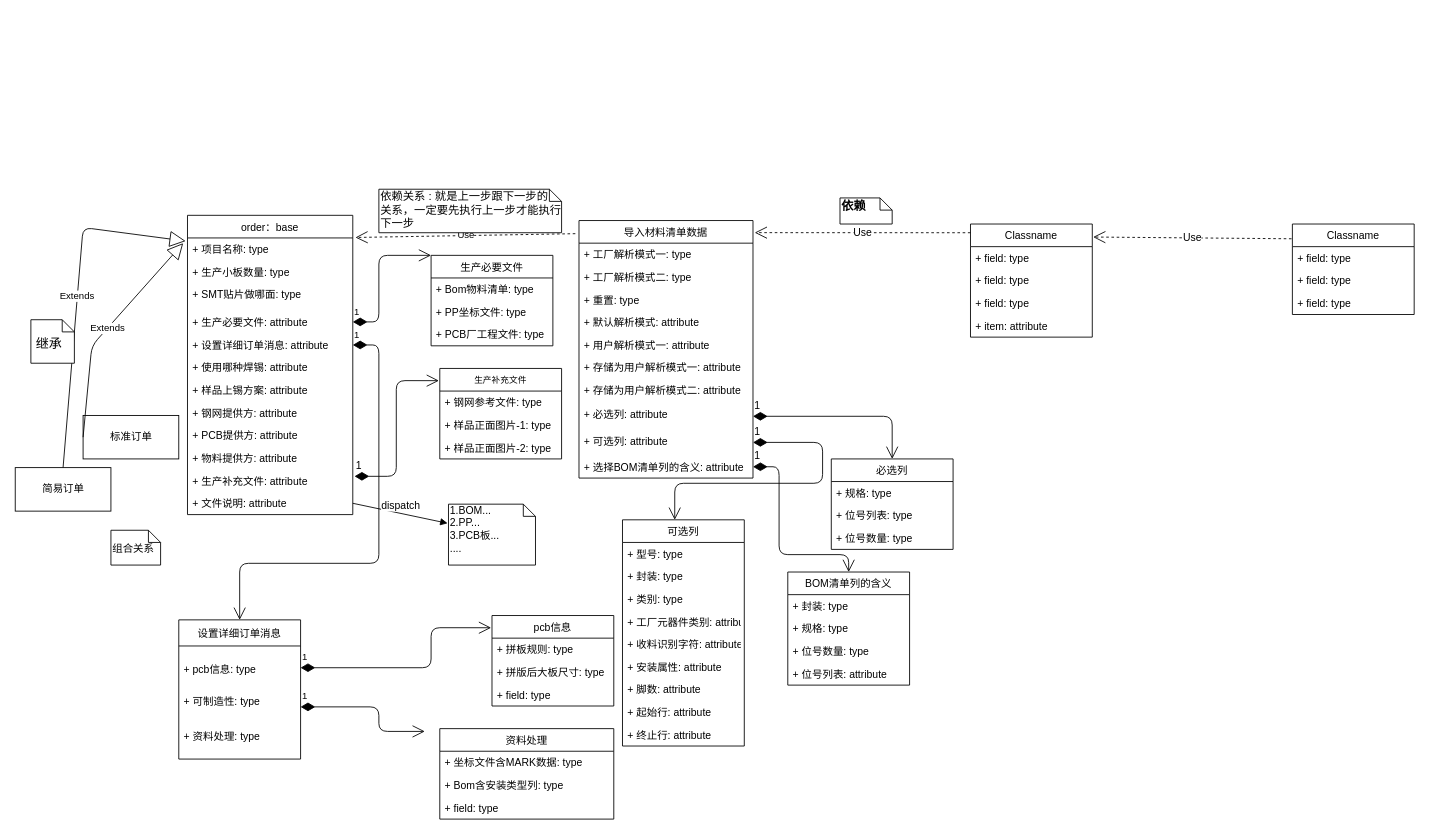
Xiexx-97Len/shulian keeps this draw.io diagram as test Diagram.drawio. Above is the earlier version. Source tidied: cells renumbered, new cells numbered last; positions are measured from the earlier drawing's top-left corner, leaving out a move shared by most shapes. Both pictures are drawn from the tidied source at 87%, with x=0, y=0 at pixel (15, 189).
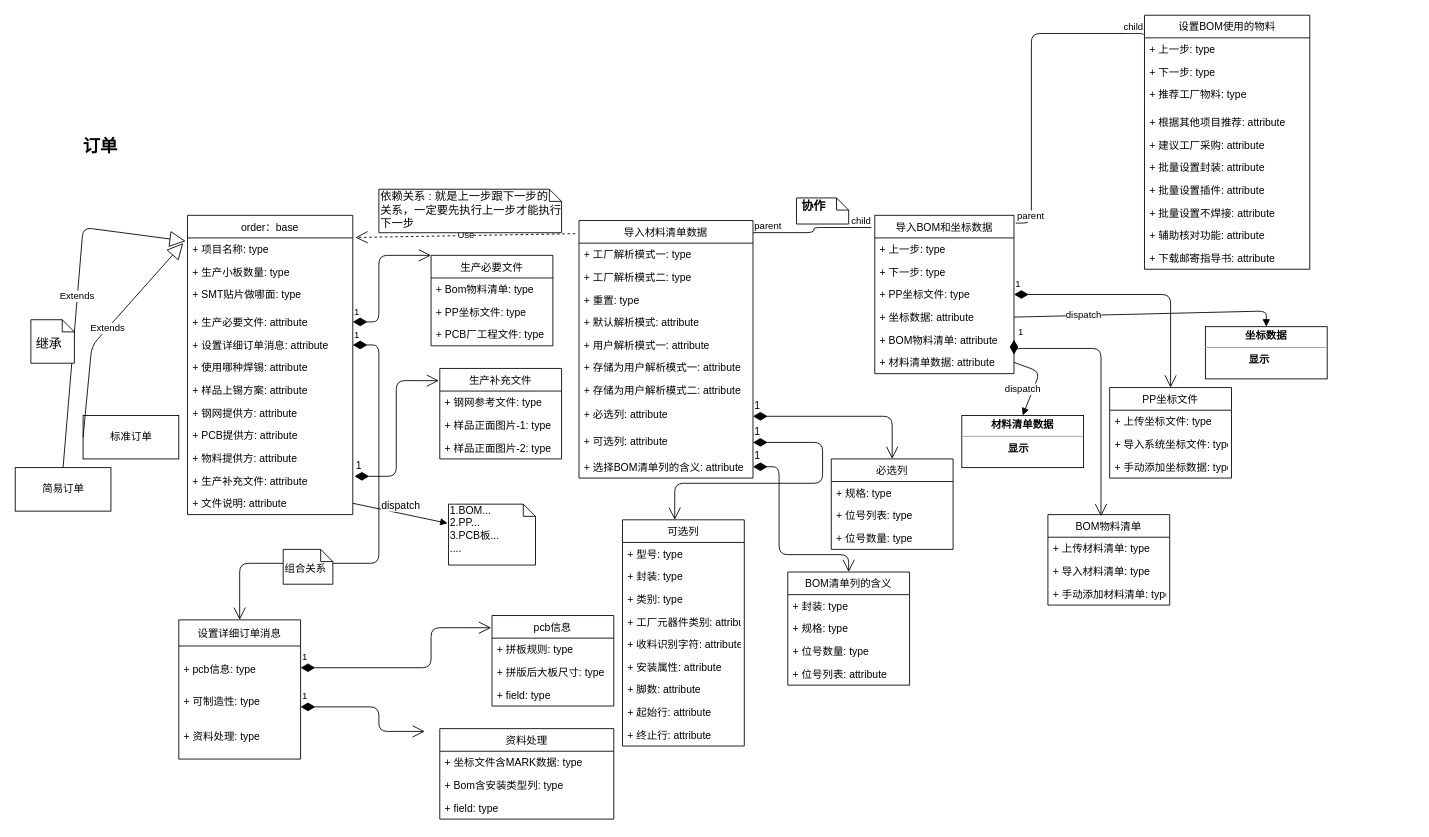
The same diagram, later.

The change refers to these unchanged cells:
```xml
<mxCell id="26" value="导入材料清单数据" style="swimlane;fontStyle=0;horizontal=1;startSize=26;fillColor=none;" parent="1" vertex="1">
  <mxGeometry x="648" y="36" width="200" height="296" as="geometry" />
</mxCell>
```

The edit, as a diff of the source:
```diff
@@
     <mxCell id="22" value="&lt;br&gt;组合关系" style="shape=note;whiteSpace=wrap;html=1;size=14;verticalAlign=top;align=left;spacingTop=-6;" parent="1" vertex="1">
-      <mxGeometry x="110" y="392" width="57.1" height="40" as="geometry" />
+      <mxGeometry x="308" y="414" width="57.1" height="40" as="geometry" />
     </mxCell>
@@
-    <mxCell id="46" value="Classname" style="swimlane;fontStyle=0;horizontal=1;startSize=26;fillColor=none;" parent="1" vertex="1">
-      <mxGeometry x="1098" y="40" width="140" height="130" as="geometry" />
-    </mxCell>
-    <mxCell id="47" value="+ field: type" style="text;strokeColor=none;fillColor=none;align=left;verticalAlign=top;spacingLeft=4;spacingRight=4;overflow=hidden;" parent="46" vertex="1">
-      <mxGeometry y="26" width="140" height="26" as="geometry" />
-    </mxCell>
-    <mxCell id="48" value="+ field: type" style="text;strokeColor=none;fillColor=none;align=left;verticalAlign=top;spacingLeft=4;spacingRight=4;overflow=hidden;" parent="46" vertex="1">
-      <mxGeometry y="52" width="140" height="26" as="geometry" />
-    </mxCell>
-    <mxCell id="49" value="+ field: type" style="text;strokeColor=none;fillColor=none;align=left;verticalAlign=top;spacingLeft=4;spacingRight=4;overflow=hidden;points=[[0,0.5],[1,0.5]];portConstraint=eastwest;" parent="46" vertex="1">
-      <mxGeometry y="78" width="140" height="26" as="geometry" />
-    </mxCell>
-    <mxCell id="50" value="+ item: attribute" style="text;strokeColor=none;fillColor=none;align=left;verticalAlign=top;spacingLeft=4;spacingRight=4;overflow=hidden;points=[[0,0.5],[1,0.5]];portConstraint=eastwest;fontSize=12;" parent="46" vertex="1">
-      <mxGeometry y="104" width="140" height="26" as="geometry" />
-    </mxCell>
-    <mxCell id="51" value="Classname" style="swimlane;fontStyle=0;horizontal=1;startSize=26;fillColor=none;fontSize=12;" parent="1" vertex="1">
-      <mxGeometry x="1468" y="40" width="140" height="104" as="geometry" />
-    </mxCell>
-    <mxCell id="52" value="+ field: type" style="text;strokeColor=none;fillColor=none;align=left;verticalAlign=top;spacingLeft=4;spacingRight=4;overflow=hidden;" parent="51" vertex="1">
-      <mxGeometry y="26" width="140" height="26" as="geometry" />
-    </mxCell>
-    <mxCell id="53" value="+ field: type" style="text;strokeColor=none;fillColor=none;align=left;verticalAlign=top;spacingLeft=4;spacingRight=4;overflow=hidden;" parent="51" vertex="1">
-      <mxGeometry y="52" width="140" height="26" as="geometry" />
-    </mxCell>
-    <mxCell id="54" value="+ field: type" style="text;strokeColor=none;fillColor=none;align=left;verticalAlign=top;spacingLeft=4;spacingRight=4;overflow=hidden;" parent="51" vertex="1">
-      <mxGeometry y="78" width="140" height="26" as="geometry" />
-    </mxCell>
@@
-    <mxCell id="64" value="生产补充文件" style="swimlane;fontStyle=0;horizontal=1;startSize=26;fillColor=none;fontSize=10;" parent="1" vertex="1">
+    <mxCell id="64" value="生产补充文件" style="swimlane;fontStyle=0;horizontal=1;startSize=26;fillColor=none;fontSize=12;" parent="1" vertex="1">
       <mxGeometry x="488" y="206" width="140" height="104" as="geometry" />
     </mxCell>
@@
-    <mxCell id="92" value="Use" style="endArrow=open;endSize=12;dashed=1;html=1;fontSize=12;exitX=0;exitY=0.077;exitDx=0;exitDy=0;exitPerimeter=0;entryX=1.01;entryY=0.047;entryDx=0;entryDy=0;entryPerimeter=0;" parent="1" edge="1" source="46" target="26">
-      <mxGeometry relative="1" as="geometry" />
-    </mxCell>
-    <mxCell id="93" value="&lt;b&gt;&lt;font style=&quot;font-size: 14px&quot;&gt;依赖&lt;/font&gt;&lt;/b&gt;" style="shape=note;whiteSpace=wrap;html=1;size=14;verticalAlign=top;align=left;spacingTop=-6;fontSize=12;" parent="1" vertex="1">
-      <mxGeometry x="948" y="10" width="60" height="30" as="geometry" />
+    <mxCell id="93" value="&lt;b&gt;&lt;font style=&quot;font-size: 14px&quot;&gt;&amp;nbsp;协作&lt;/font&gt;&lt;/b&gt;" style="shape=note;whiteSpace=wrap;html=1;size=14;verticalAlign=top;align=left;spacingTop=-6;fontSize=12;" parent="1" vertex="1">
+      <mxGeometry x="898" y="10" width="60" height="30" as="geometry" />
     </mxCell>
-    <mxCell id="94" value="Use" style="endArrow=open;endSize=12;dashed=1;html=1;fontSize=12;entryX=1.007;entryY=0.115;entryDx=0;entryDy=0;entryPerimeter=0;exitX=-0.007;exitY=0.163;exitDx=0;exitDy=0;exitPerimeter=0;" parent="1" edge="1" source="51" target="46">
-      <mxGeometry relative="1" as="geometry" />
-    </mxCell>
+    <mxCell id="95" value="&lt;font style=&quot;font-size: 20px&quot;&gt;&lt;b&gt;订单&lt;/b&gt;&lt;/font&gt;" style="text;html=1;align=center;verticalAlign=middle;whiteSpace=wrap;rounded=0;" parent="1" vertex="1">
+      <mxGeometry x="18" y="-90" width="160" height="80" as="geometry" />
+    </mxCell>
+    <mxCell id="96" value="1" style="endArrow=open;html=1;endSize=12;startArrow=diamondThin;startSize=14;startFill=1;edgeStyle=orthogonalEdgeStyle;align=left;verticalAlign=bottom;exitX=1;exitY=0.5;exitDx=0;exitDy=0;entryX=0.5;entryY=0;entryDx=0;entryDy=0;" parent="1" edge="1" source="49" target="108">
+      <mxGeometry x="-1" y="3" relative="1" as="geometry" />
+    </mxCell>
+    <mxCell id="97" value="&lt;p style=&quot;margin: 0px ; margin-top: 4px ; text-align: center&quot;&gt;&lt;b&gt;坐标数据&lt;/b&gt;&lt;/p&gt;&lt;hr size=&quot;1&quot;&gt;&lt;div style=&quot;height: 2px&quot;&gt;&amp;nbsp; &amp;nbsp; &amp;nbsp; &amp;nbsp; &amp;nbsp; &amp;nbsp; &amp;nbsp; &amp;nbsp;&lt;b&gt;显示&lt;/b&gt;&lt;/div&gt;" style="verticalAlign=top;align=left;overflow=fill;fontSize=12;fontFamily=Helvetica;html=1;" parent="1" vertex="1">
+      <mxGeometry x="1368" y="158" width="140" height="60" as="geometry" />
+    </mxCell>
+    <mxCell id="98" value="dispatch" style="html=1;verticalAlign=bottom;endArrow=block;exitX=1;exitY=0.5;exitDx=0;exitDy=0;entryX=0.5;entryY=0;entryDx=0;entryDy=0;" parent="1" edge="1" source="102" target="97">
+      <mxGeometry x="0.97" y="-210" relative="1" as="geometry">
+        <Array as="points">
+          <mxPoint x="1438" y="140" />
+        </Array>
+      </mxGeometry>
+    </mxCell>
+    <mxCell id="99" value="1" style="endArrow=open;html=1;endSize=12;startArrow=diamondThin;startSize=14;startFill=1;edgeStyle=orthogonalEdgeStyle;align=left;verticalAlign=bottom;exitX=1;exitY=0.5;exitDx=0;exitDy=0;entryX=0.436;entryY=0.019;entryDx=0;entryDy=0;entryPerimeter=0;" parent="1" edge="1" source="50" target="104">
+      <mxGeometry x="-1" y="3" relative="1" as="geometry">
+        <Array as="points">
+          <mxPoint x="1148" y="183" />
+          <mxPoint x="1248" y="183" />
+          <mxPoint x="1248" y="364" />
+        </Array>
+      </mxGeometry>
+    </mxCell>
+    <mxCell id="100" value="&lt;p style=&quot;margin: 0px ; margin-top: 4px ; text-align: center&quot;&gt;&lt;b&gt;材料清单数据&lt;/b&gt;&lt;/p&gt;&lt;hr size=&quot;1&quot;&gt;&lt;div style=&quot;height: 2px&quot;&gt;&lt;b&gt;&amp;nbsp; &amp;nbsp; &amp;nbsp; &amp;nbsp; &amp;nbsp; &amp;nbsp; &amp;nbsp; &amp;nbsp; 显示&lt;/b&gt;&lt;/div&gt;" style="verticalAlign=top;align=left;overflow=fill;fontSize=12;fontFamily=Helvetica;html=1;" parent="1" vertex="1">
+      <mxGeometry x="1088" y="260" width="140" height="60" as="geometry" />
+    </mxCell>
+    <mxCell id="101" value="dispatch" style="html=1;verticalAlign=bottom;endArrow=block;exitX=1;exitY=0.5;exitDx=0;exitDy=0;entryX=0.5;entryY=0;entryDx=0;entryDy=0;" parent="1" edge="1" source="103" target="100">
+      <mxGeometry x="-0.47" y="-34" relative="1" as="geometry">
+        <Array as="points">
+          <mxPoint x="1178" y="210" />
+        </Array>
+      </mxGeometry>
+    </mxCell>
+    <mxCell id="46" value="导入BOM和坐标数据" style="swimlane;fontStyle=0;horizontal=1;startSize=26;fillColor=none;" parent="1" vertex="1">
+      <mxGeometry x="988" y="30" width="160" height="182" as="geometry" />
+    </mxCell>
+    <mxCell id="47" value="+ 上一步: type" style="text;strokeColor=none;fillColor=none;align=left;verticalAlign=top;spacingLeft=4;spacingRight=4;overflow=hidden;" parent="46" vertex="1">
+      <mxGeometry y="26" width="160" height="26" as="geometry" />
+    </mxCell>
+    <mxCell id="48" value="+ 下一步: type" style="text;strokeColor=none;fillColor=none;align=left;verticalAlign=top;spacingLeft=4;spacingRight=4;overflow=hidden;" parent="46" vertex="1">
+      <mxGeometry y="52" width="160" height="26" as="geometry" />
+    </mxCell>
+    <mxCell id="49" value="+ PP坐标文件: type" style="text;strokeColor=none;fillColor=none;align=left;verticalAlign=top;spacingLeft=4;spacingRight=4;overflow=hidden;points=[[0,0.5],[1,0.5]];portConstraint=eastwest;" parent="46" vertex="1">
+      <mxGeometry y="78" width="160" height="26" as="geometry" />
+    </mxCell>
+    <mxCell id="102" value="+ 坐标数据: attribute" style="text;strokeColor=none;fillColor=none;align=left;verticalAlign=top;spacingLeft=4;spacingRight=4;overflow=hidden;points=[[0,0.5],[1,0.5]];portConstraint=eastwest;" parent="46" vertex="1">
+      <mxGeometry y="104" width="160" height="26" as="geometry" />
+    </mxCell>
+    <mxCell id="50" value="+ BOM物料清单: attribute" style="text;strokeColor=none;fillColor=none;align=left;verticalAlign=top;spacingLeft=4;spacingRight=4;overflow=hidden;points=[[0,0.5],[1,0.5]];portConstraint=eastwest;fontSize=12;" parent="46" vertex="1">
+      <mxGeometry y="130" width="160" height="26" as="geometry" />
+    </mxCell>
+    <mxCell id="103" value="+ 材料清单数据: attribute" style="text;strokeColor=none;fillColor=none;align=left;verticalAlign=top;spacingLeft=4;spacingRight=4;overflow=hidden;points=[[0,0.5],[1,0.5]];portConstraint=eastwest;" parent="46" vertex="1">
+      <mxGeometry y="156" width="160" height="26" as="geometry" />
+    </mxCell>
+    <mxCell id="104" value="BOM物料清单" style="swimlane;fontStyle=0;horizontal=1;startSize=26;fillColor=none;" parent="1" vertex="1">
+      <mxGeometry x="1187" y="374" width="140" height="104" as="geometry" />
+    </mxCell>
+    <mxCell id="105" value="+ 上传材料清单: type" style="text;strokeColor=none;fillColor=none;align=left;verticalAlign=top;spacingLeft=4;spacingRight=4;overflow=hidden;" parent="104" vertex="1">
+      <mxGeometry y="26" width="140" height="26" as="geometry" />
+    </mxCell>
+    <mxCell id="106" value="+ 导入材料清单: type" style="text;strokeColor=none;fillColor=none;align=left;verticalAlign=top;spacingLeft=4;spacingRight=4;overflow=hidden;" parent="104" vertex="1">
+      <mxGeometry y="52" width="140" height="26" as="geometry" />
+    </mxCell>
+    <mxCell id="107" value="+ 手动添加材料清单: type" style="text;strokeColor=none;fillColor=none;align=left;verticalAlign=top;spacingLeft=4;spacingRight=4;overflow=hidden;" parent="104" vertex="1">
+      <mxGeometry y="78" width="140" height="26" as="geometry" />
+    </mxCell>
+    <mxCell id="108" value="PP坐标文件" style="swimlane;fontStyle=0;horizontal=1;startSize=26;fillColor=none;" parent="1" vertex="1">
+      <mxGeometry x="1258" y="228" width="140" height="104" as="geometry" />
+    </mxCell>
+    <mxCell id="109" value="+ 上传坐标文件: type" style="text;strokeColor=none;fillColor=none;align=left;verticalAlign=top;spacingLeft=4;spacingRight=4;overflow=hidden;" parent="108" vertex="1">
+      <mxGeometry y="26" width="140" height="26" as="geometry" />
+    </mxCell>
+    <mxCell id="110" value="+ 导入系统坐标文件: type" style="text;strokeColor=none;fillColor=none;align=left;verticalAlign=top;spacingLeft=4;spacingRight=4;overflow=hidden;" parent="108" vertex="1">
+      <mxGeometry y="52" width="140" height="26" as="geometry" />
+    </mxCell>
+    <mxCell id="111" value="+ 手动添加坐标数据: type" style="text;strokeColor=none;fillColor=none;align=left;verticalAlign=top;spacingLeft=4;spacingRight=4;overflow=hidden;" parent="108" vertex="1">
+      <mxGeometry y="78" width="140" height="26" as="geometry" />
+    </mxCell>
+    <mxCell id="112" style="endArrow=none;html=1;edgeStyle=orthogonalEdgeStyle;fontSize=12;exitX=1;exitY=0.047;exitDx=0;exitDy=0;exitPerimeter=0;entryX=-0.025;entryY=0.077;entryDx=0;entryDy=0;entryPerimeter=0;" parent="1" edge="1" source="26" target="46">
+      <mxGeometry relative="1" as="geometry" />
+    </mxCell>
+    <mxCell id="113" value="parent" style="edgeLabel;html=1;align=left;verticalAlign=bottom;" parent="112" vertex="1">
+      <mxGeometry x="-1" relative="1" as="geometry" />
+    </mxCell>
+    <mxCell id="114" value="child" style="edgeLabel;html=1;align=right;verticalAlign=bottom;" parent="112" vertex="1">
+      <mxGeometry x="1" relative="1" as="geometry" />
+    </mxCell>
+    <mxCell id="115" style="endArrow=none;html=1;edgeStyle=orthogonalEdgeStyle;fontSize=12;exitX=1.013;exitY=0.049;exitDx=0;exitDy=0;exitPerimeter=0;entryX=-0.007;entryY=0.077;entryDx=0;entryDy=0;entryPerimeter=0;" parent="1" edge="1" source="46" target="51">
+      <mxGeometry relative="1" as="geometry">
+        <Array as="points">
+          <mxPoint x="1168" y="39" />
+          <mxPoint x="1168" y="-179" />
+        </Array>
+      </mxGeometry>
+    </mxCell>
+    <mxCell id="116" value="parent" style="edgeLabel;html=1;align=left;verticalAlign=bottom;" parent="115" vertex="1">
+      <mxGeometry x="-1" relative="1" as="geometry" />
+    </mxCell>
+    <mxCell id="117" value="child" style="edgeLabel;html=1;align=right;verticalAlign=bottom;" parent="115" vertex="1">
+      <mxGeometry x="1" relative="1" as="geometry" />
+    </mxCell>
+    <mxCell id="51" value="设置BOM使用的物料" style="swimlane;fontStyle=0;horizontal=1;startSize=26;fillColor=none;fontSize=12;" parent="1" vertex="1">
+      <mxGeometry x="1298" y="-200" width="190" height="292" as="geometry" />
+    </mxCell>
+    <mxCell id="52" value="+ 上一步: type" style="text;strokeColor=none;fillColor=none;align=left;verticalAlign=top;spacingLeft=4;spacingRight=4;overflow=hidden;" parent="51" vertex="1">
+      <mxGeometry y="26" width="190" height="26" as="geometry" />
+    </mxCell>
+    <mxCell id="53" value="+ 下一步: type" style="text;strokeColor=none;fillColor=none;align=left;verticalAlign=top;spacingLeft=4;spacingRight=4;overflow=hidden;" parent="51" vertex="1">
+      <mxGeometry y="52" width="190" height="26" as="geometry" />
+    </mxCell>
+    <mxCell id="54" value="+ 推荐工厂物料: type" style="text;strokeColor=none;fillColor=none;align=left;verticalAlign=top;spacingLeft=4;spacingRight=4;overflow=hidden;" parent="51" vertex="1">
+      <mxGeometry y="78" width="190" height="32" as="geometry" />
+    </mxCell>
+    <mxCell id="118" value="+ 根据其他项目推荐: attribute" style="text;strokeColor=none;fillColor=none;align=left;verticalAlign=top;spacingLeft=4;spacingRight=4;overflow=hidden;fontSize=12;" parent="51" vertex="1">
+      <mxGeometry y="110" width="190" height="26" as="geometry" />
+    </mxCell>
+    <mxCell id="119" value="+ 建议工厂采购: attribute" style="text;strokeColor=none;fillColor=none;align=left;verticalAlign=top;spacingLeft=4;spacingRight=4;overflow=hidden;fontSize=12;" parent="51" vertex="1">
+      <mxGeometry y="136" width="190" height="26" as="geometry" />
+    </mxCell>
+    <mxCell id="120" value="+ 批量设置封装: attribute" style="text;strokeColor=none;fillColor=none;align=left;verticalAlign=top;spacingLeft=4;spacingRight=4;overflow=hidden;fontSize=12;" parent="51" vertex="1">
+      <mxGeometry y="162" width="190" height="26" as="geometry" />
+    </mxCell>
+    <mxCell id="121" value="+ 批量设置插件: attribute" style="text;strokeColor=none;fillColor=none;align=left;verticalAlign=top;spacingLeft=4;spacingRight=4;overflow=hidden;fontSize=12;" parent="51" vertex="1">
+      <mxGeometry y="188" width="190" height="26" as="geometry" />
+    </mxCell>
+    <mxCell id="122" value="+ 批量设置不焊接: attribute" style="text;strokeColor=none;fillColor=none;align=left;verticalAlign=top;spacingLeft=4;spacingRight=4;overflow=hidden;fontSize=12;" parent="51" vertex="1">
+      <mxGeometry y="214" width="190" height="26" as="geometry" />
+    </mxCell>
+    <mxCell id="123" value="+ 辅助核对功能: attribute" style="text;strokeColor=none;fillColor=none;align=left;verticalAlign=top;spacingLeft=4;spacingRight=4;overflow=hidden;fontSize=12;" parent="51" vertex="1">
+      <mxGeometry y="240" width="190" height="26" as="geometry" />
+    </mxCell>
+    <mxCell id="124" value="+ 下载邮寄指导书: attribute" style="text;strokeColor=none;fillColor=none;align=left;verticalAlign=top;spacingLeft=4;spacingRight=4;overflow=hidden;fontSize=12;" parent="51" vertex="1">
+      <mxGeometry y="266" width="190" height="26" as="geometry" />
+    </mxCell>
```
